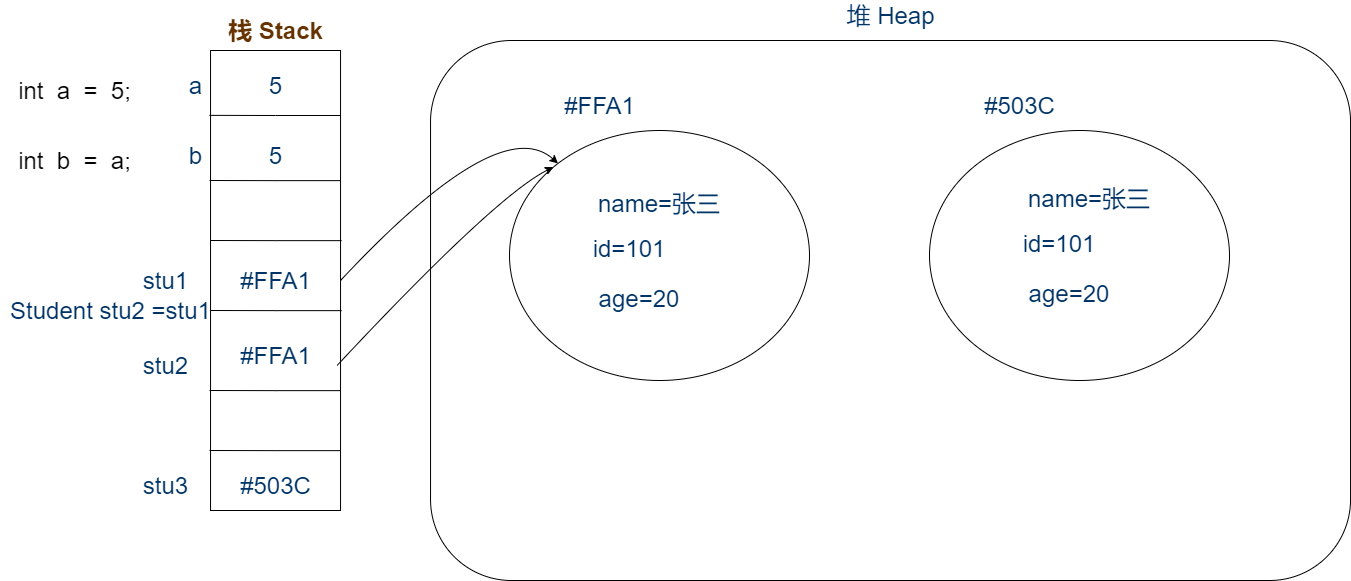
The draw.io diagram imgs/值类型&引用类型1.png in chutianshu1981/AwesomeUnityTutorial, before a commit. Source tidied: cells renumbered, new cells last; positions are measured from the earlier drawing's top-left corner, leaving out a move shared by most shapes. Its diagram source:
```xml
<mxGraphModel>
  <root>
    <mxCell id="0" />
    <mxCell id="1" parent="0" />
    <mxCell id="2" style="rounded=0;whiteSpace=wrap;html=1;" parent="1" vertex="1">
      <mxGeometry x="210" y="50" width="130" height="460" as="geometry" />
    </mxCell>
    <mxCell id="3" style="endArrow=none;html=1;rounded=0;exitX=-0.008;exitY=0.141;exitDx=0;exitDy=0;exitPerimeter=0;" parent="1" edge="1" source="2">
      <mxGeometry relative="1" as="geometry">
        <mxPoint x="340" y="115" as="targetPoint" />
        <Array as="points">
          <mxPoint x="275" y="115" />
        </Array>
      </mxGeometry>
    </mxCell>
    <mxCell id="4" style="endArrow=none;html=1;rounded=0;exitX=-0.008;exitY=0.141;exitDx=0;exitDy=0;exitPerimeter=0;" parent="1" edge="1">
      <mxGeometry relative="1" as="geometry">
        <mxPoint x="209" y="180" as="sourcePoint" />
        <mxPoint x="340" y="180.1" as="targetPoint" />
        <Array as="points">
          <mxPoint x="275" y="180.1" />
        </Array>
      </mxGeometry>
    </mxCell>
    <mxCell id="5" style="endArrow=none;html=1;rounded=0;exitX=-0.008;exitY=0.141;exitDx=0;exitDy=0;exitPerimeter=0;" parent="1" edge="1">
      <mxGeometry relative="1" as="geometry">
        <mxPoint x="210" y="240" as="sourcePoint" />
        <mxPoint x="341.1" y="240.1" as="targetPoint" />
        <Array as="points">
          <mxPoint x="276.1" y="240.1" />
        </Array>
      </mxGeometry>
    </mxCell>
    <mxCell id="6" style="endArrow=none;html=1;rounded=0;exitX=-0.008;exitY=0.141;exitDx=0;exitDy=0;exitPerimeter=0;" parent="1" edge="1">
      <mxGeometry relative="1" as="geometry">
        <mxPoint x="210" y="310" as="sourcePoint" />
        <mxPoint x="341.1" y="310.1" as="targetPoint" />
        <Array as="points">
          <mxPoint x="276.1" y="310.1" />
        </Array>
      </mxGeometry>
    </mxCell>
    <mxCell id="7" style="endArrow=none;html=1;rounded=0;exitX=-0.008;exitY=0.141;exitDx=0;exitDy=0;exitPerimeter=0;" parent="1" edge="1">
      <mxGeometry relative="1" as="geometry">
        <mxPoint x="209" y="390" as="sourcePoint" />
        <mxPoint x="340" y="390.1" as="targetPoint" />
        <Array as="points">
          <mxPoint x="275" y="390.1" />
        </Array>
      </mxGeometry>
    </mxCell>
    <mxCell id="8" style="rounded=1;whiteSpace=wrap;html=1;" parent="1" vertex="1">
      <mxGeometry x="430" y="40" width="920" height="540" as="geometry" />
    </mxCell>
    <mxCell id="9" value="&lt;font style=&quot;font-size: 24px&quot; color=&quot;#663300&quot;&gt;&lt;b&gt;栈 Stack&lt;/b&gt;&lt;/font&gt;" style="text;html=1;align=center;verticalAlign=middle;strokeColor=none;fillColor=none;" parent="1" vertex="1">
      <mxGeometry x="220" y="20" width="110" height="20" as="geometry" />
    </mxCell>
    <mxCell id="10" value="&lt;font style=&quot;font-size: 24px&quot; color=&quot;#003366&quot;&gt;堆 Heap&lt;/font&gt;" style="text;html=1;align=center;verticalAlign=middle;strokeColor=none;fillColor=none;fontSize=18;" parent="1" vertex="1">
      <mxGeometry x="840" width="100" height="30" as="geometry" />
    </mxCell>
    <mxCell id="11" value="&lt;font style=&quot;font-size: 24px&quot;&gt;int&amp;nbsp; a&amp;nbsp; =&amp;nbsp; 5;&lt;/font&gt;" style="text;html=1;align=center;verticalAlign=middle;strokeColor=none;fillColor=none;" parent="1" vertex="1">
      <mxGeometry x="9" y="80" width="130" height="20" as="geometry" />
    </mxCell>
    <mxCell id="12" value="a" style="text;html=1;align=center;verticalAlign=middle;strokeColor=none;fillColor=none;fontSize=24;fontColor=#003366;" parent="1" vertex="1">
      <mxGeometry x="180" y="70" width="30" height="30" as="geometry" />
    </mxCell>
    <mxCell id="13" value="5" style="text;html=1;align=center;verticalAlign=middle;strokeColor=none;fillColor=none;fontSize=24;fontColor=#003366;" parent="1" vertex="1">
      <mxGeometry x="260" y="70" width="30" height="30" as="geometry" />
    </mxCell>
    <mxCell id="14" value="&lt;font style=&quot;font-size: 24px&quot;&gt;int&amp;nbsp; b&amp;nbsp; =&amp;nbsp; a;&lt;/font&gt;" style="text;html=1;align=center;verticalAlign=middle;strokeColor=none;fillColor=none;" parent="1" vertex="1">
      <mxGeometry x="9" y="150" width="130" height="20" as="geometry" />
    </mxCell>
    <mxCell id="15" value="b" style="text;html=1;align=center;verticalAlign=middle;strokeColor=none;fillColor=none;fontSize=24;fontColor=#003366;" parent="1" vertex="1">
      <mxGeometry x="180" y="140" width="30" height="30" as="geometry" />
    </mxCell>
    <mxCell id="16" value="5" style="text;html=1;align=center;verticalAlign=middle;strokeColor=none;fillColor=none;fontSize=24;fontColor=#003366;" parent="1" vertex="1">
      <mxGeometry x="260" y="140" width="30" height="30" as="geometry" />
    </mxCell>
    <mxCell id="17" value="stu1" style="text;html=1;align=center;verticalAlign=middle;strokeColor=none;fillColor=none;fontSize=24;fontColor=#003366;" parent="1" vertex="1">
      <mxGeometry x="135" y="265" width="60" height="30" as="geometry" />
    </mxCell>
    <mxCell id="18" style="ellipse;whiteSpace=wrap;html=1;fontSize=24;fontColor=#003366;" parent="1" vertex="1">
      <mxGeometry x="509" y="130" width="300" height="250" as="geometry" />
    </mxCell>
    <mxCell id="19" style="curved=1;endArrow=classic;html=1;rounded=0;fontSize=24;fontColor=#003366;exitX=1;exitY=0.5;exitDx=0;exitDy=0;" parent="1" edge="1" source="2" target="18">
      <mxGeometry relative="1" as="geometry">
        <Array as="points">
          <mxPoint x="499" y="110" />
        </Array>
      </mxGeometry>
    </mxCell>
    <mxCell id="20" value="#FFA1" style="text;html=1;align=center;verticalAlign=middle;strokeColor=none;fillColor=none;fontSize=24;fontColor=#003366;" parent="1" vertex="1">
      <mxGeometry x="554" y="90" width="90" height="30" as="geometry" />
    </mxCell>
    <mxCell id="21" value="#FFA1" style="text;html=1;align=center;verticalAlign=middle;strokeColor=none;fillColor=none;fontSize=24;fontColor=#003366;" parent="1" vertex="1">
      <mxGeometry x="230" y="265" width="90" height="30" as="geometry" />
    </mxCell>
    <mxCell id="22" value="name=张三&lt;br&gt;" style="text;html=1;strokeColor=none;fillColor=none;align=center;verticalAlign=middle;whiteSpace=wrap;rounded=0;fontSize=24;fontColor=#003366;" parent="1" vertex="1">
      <mxGeometry x="589" y="185" width="140" height="35" as="geometry" />
    </mxCell>
    <mxCell id="23" value="Student stu2 =stu1" style="text;html=1;align=center;verticalAlign=middle;strokeColor=none;fillColor=none;fontSize=24;fontColor=#003366;" parent="1" vertex="1">
      <mxGeometry y="295" width="220" height="30" as="geometry" />
    </mxCell>
    <mxCell id="24" value="stu2" style="text;html=1;align=center;verticalAlign=middle;strokeColor=none;fillColor=none;fontSize=24;fontColor=#003366;" parent="1" vertex="1">
      <mxGeometry x="135" y="350" width="60" height="30" as="geometry" />
    </mxCell>
    <mxCell id="25" value="#FFA1" style="text;html=1;align=center;verticalAlign=middle;strokeColor=none;fillColor=none;fontSize=24;fontColor=#003366;" parent="1" vertex="1">
      <mxGeometry x="230" y="340" width="90" height="30" as="geometry" />
    </mxCell>
    <mxCell id="26" value="id=101" style="text;html=1;strokeColor=none;fillColor=none;align=center;verticalAlign=middle;whiteSpace=wrap;rounded=0;fontSize=24;fontColor=#003366;" parent="1" vertex="1">
      <mxGeometry x="559" y="230" width="140" height="35" as="geometry" />
    </mxCell>
    <mxCell id="27" value="age=20" style="text;html=1;strokeColor=none;fillColor=none;align=center;verticalAlign=middle;whiteSpace=wrap;rounded=0;fontSize=24;fontColor=#003366;" parent="1" vertex="1">
      <mxGeometry x="569" y="280" width="140" height="35" as="geometry" />
    </mxCell>
    <mxCell id="28" style="curved=1;endArrow=classic;html=1;rounded=0;fontSize=24;fontColor=#003366;exitX=1;exitY=0.5;exitDx=0;exitDy=0;entryX=0;entryY=0;entryDx=0;entryDy=0;" parent="1" edge="1" target="18">
      <mxGeometry relative="1" as="geometry">
        <mxPoint x="336.6" y="365" as="sourcePoint" />
        <Array as="points">
          <mxPoint x="495.5" y="195" />
        </Array>
      </mxGeometry>
    </mxCell>
    <mxCell id="29" style="ellipse;whiteSpace=wrap;html=1;fontSize=24;fontColor=#003366;" parent="1" vertex="1">
      <mxGeometry x="929" y="130" width="300" height="250" as="geometry" />
    </mxCell>
    <mxCell id="30" value="#503C" style="text;html=1;align=center;verticalAlign=middle;strokeColor=none;fillColor=none;fontSize=24;fontColor=#003366;" parent="1" vertex="1">
      <mxGeometry x="974" y="90" width="90" height="30" as="geometry" />
    </mxCell>
    <mxCell id="31" style="endArrow=none;html=1;rounded=0;exitX=-0.008;exitY=0.141;exitDx=0;exitDy=0;exitPerimeter=0;" parent="1" edge="1">
      <mxGeometry relative="1" as="geometry">
        <mxPoint x="209" y="450" as="sourcePoint" />
        <mxPoint x="340" y="450.1" as="targetPoint" />
        <Array as="points">
          <mxPoint x="275" y="450.1" />
        </Array>
      </mxGeometry>
    </mxCell>
    <mxCell id="32" value="#503C" style="text;html=1;align=center;verticalAlign=middle;strokeColor=none;fillColor=none;fontSize=24;fontColor=#003366;" parent="1" vertex="1">
      <mxGeometry x="230" y="470" width="90" height="30" as="geometry" />
    </mxCell>
    <mxCell id="33" value="stu3" style="text;html=1;align=center;verticalAlign=middle;strokeColor=none;fillColor=none;fontSize=24;fontColor=#003366;" parent="1" vertex="1">
      <mxGeometry x="135" y="470" width="60" height="30" as="geometry" />
    </mxCell>
    <mxCell id="34" value="name=张三&lt;br&gt;" style="text;html=1;strokeColor=none;fillColor=none;align=center;verticalAlign=middle;whiteSpace=wrap;rounded=0;fontSize=24;fontColor=#003366;" parent="1" vertex="1">
      <mxGeometry x="1019" y="180" width="140" height="35" as="geometry" />
    </mxCell>
    <mxCell id="35" value="id=101" style="text;html=1;strokeColor=none;fillColor=none;align=center;verticalAlign=middle;whiteSpace=wrap;rounded=0;fontSize=24;fontColor=#003366;" parent="1" vertex="1">
      <mxGeometry x="989" y="225" width="140" height="35" as="geometry" />
    </mxCell>
    <mxCell id="36" value="age=20" style="text;html=1;strokeColor=none;fillColor=none;align=center;verticalAlign=middle;whiteSpace=wrap;rounded=0;fontSize=24;fontColor=#003366;" parent="1" vertex="1">
      <mxGeometry x="999" y="275" width="140" height="35" as="geometry" />
    </mxCell>
  </root>
</mxGraphModel>
```
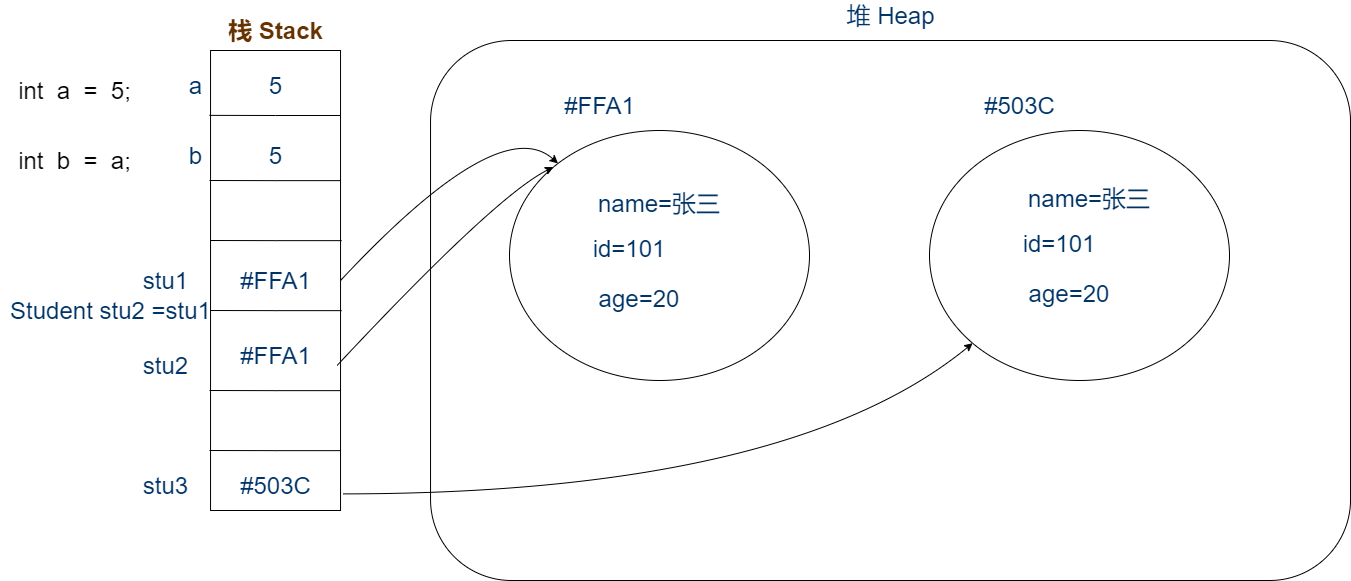
Later version of the same file.

The edit, as a diff of the source:
```diff
@@ -151,5 +151,13 @@
     <mxCell id="36" value="age=20" style="text;html=1;strokeColor=none;fillColor=none;align=center;verticalAlign=middle;whiteSpace=wrap;rounded=0;fontSize=24;fontColor=#003366;" parent="1" vertex="1">
       <mxGeometry x="999" y="275" width="140" height="35" as="geometry" />
     </mxCell>
+    <mxCell id="37" style="curved=1;endArrow=classic;html=1;rounded=0;fontSize=24;fontColor=#003366;exitX=1;exitY=0.5;exitDx=0;exitDy=0;" parent="1" edge="1" target="29">
+      <mxGeometry relative="1" as="geometry">
+        <mxPoint x="343" y="493.4" as="sourcePoint" />
+        <Array as="points">
+          <mxPoint x="789" y="493" />
+        </Array>
+      </mxGeometry>
+    </mxCell>
   </root>
 </mxGraphModel>
```
